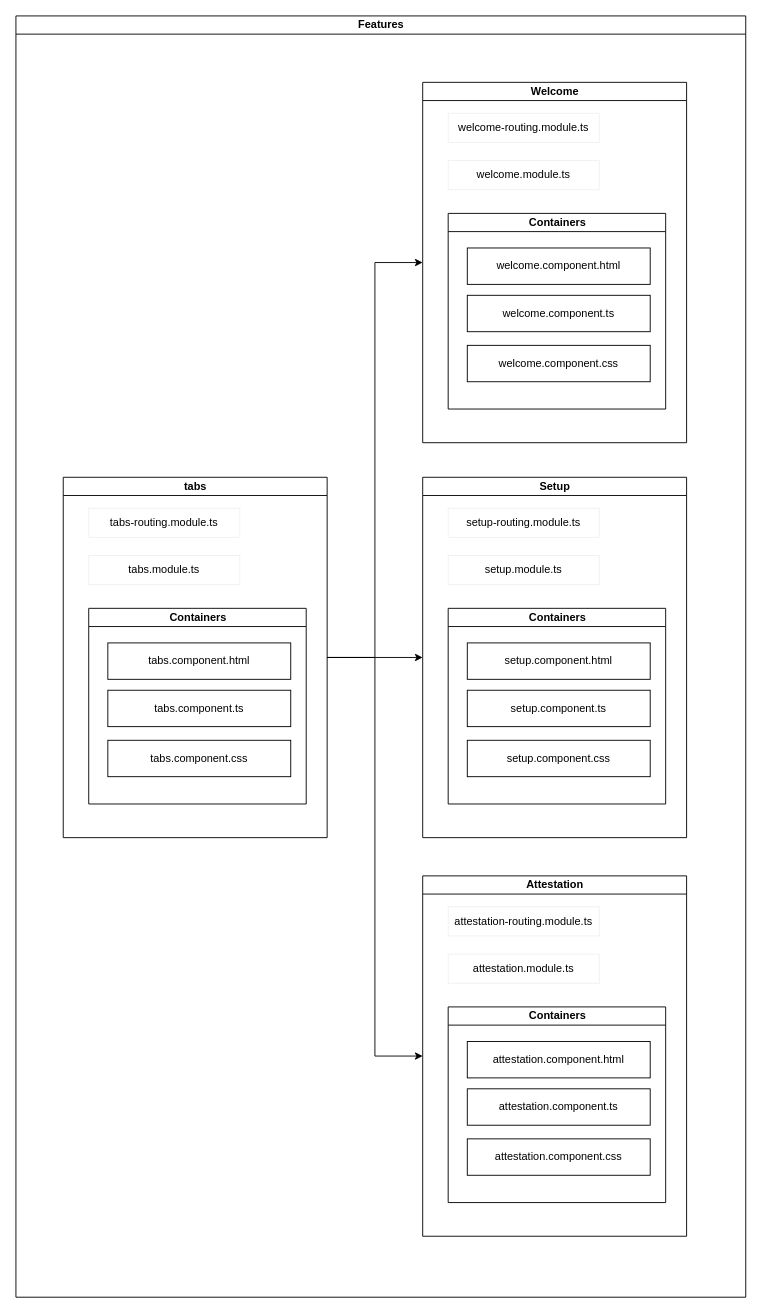
Before: src/app/features/tabs.drawio in darkvadehors/Attestation-de-deplacement-derogatoire, a draw.io diagram. Source tidied: cells renumbered, new cells numbered last; positions are measured from the earlier drawing's top-left corner, leaving out a move shared by most shapes. Both pictures are drawn from the tidied source at 91%, with x=0, y=0 at pixel (15, 15).
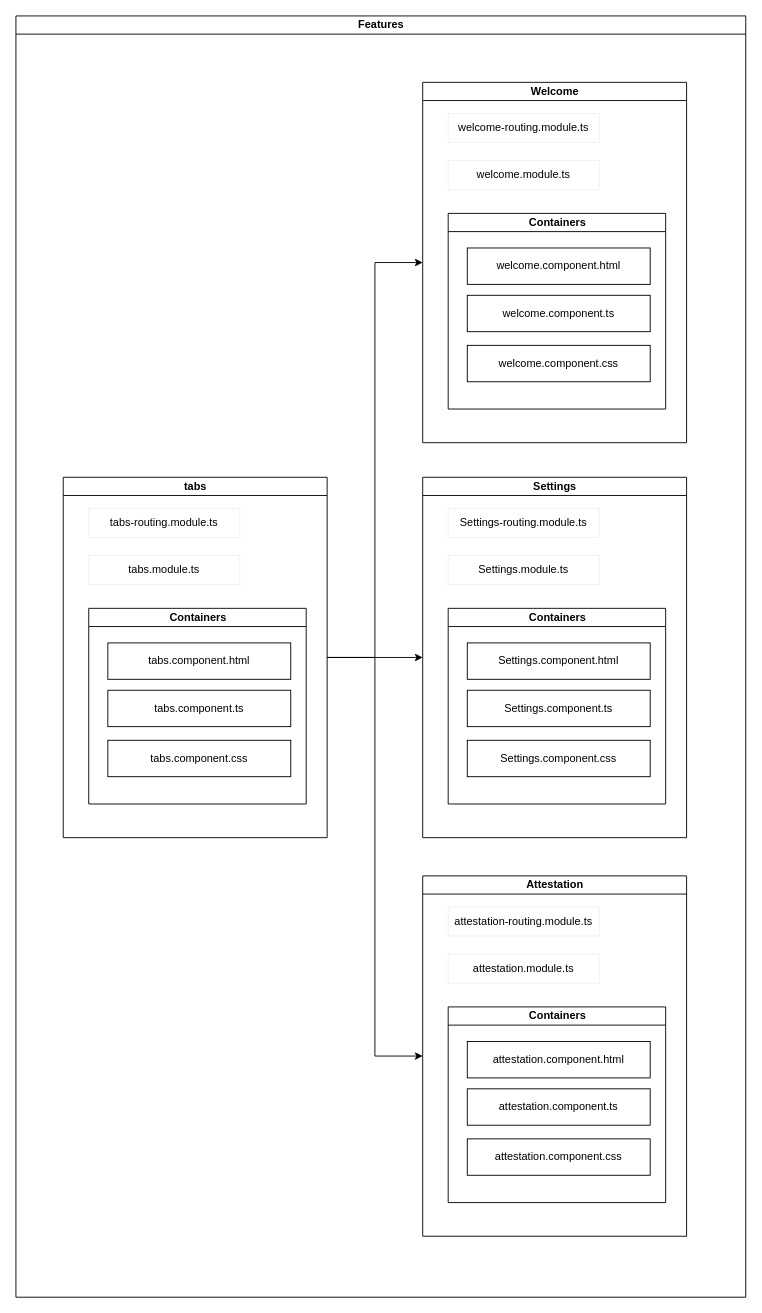
Above is the later version.

Unchanged cells that the change refers to:
```xml
<mxCell id="2" value="Features" style="swimlane;html=1;startSize=20;horizontal=1;containerType=tree;swimlaneFillColor=none;gradientColor=#ffffff;" parent="1" vertex="1">
  <mxGeometry width="802" height="1408" as="geometry" />
</mxCell>
<mxCell id="18" value="Containers" style="swimlane;html=1;startSize=20;horizontal=1;containerType=tree;swimlaneFillColor=none;fillColor=none;" parent="17" vertex="1">
  <mxGeometry x="28" y="144" width="239" height="215" as="geometry" />
</mxCell>
```

Change to the diagram source:
```diff
@@
-    <mxCell id="17" value="Setup" style="swimlane;html=1;startSize=20;horizontal=1;containerType=tree;fillColor=none;" parent="2" vertex="1">
+    <mxCell id="17" value="Settings" style="swimlane;html=1;startSize=20;horizontal=1;containerType=tree;fillColor=none;" parent="2" vertex="1">
       <mxGeometry x="447" y="507" width="290" height="396" as="geometry" />
     </mxCell>
@@
-    <mxCell id="19" value="setup.component.html" style="whiteSpace=wrap;html=1;newEdgeStyle={&quot;edgeStyle&quot;:&quot;elbowEdgeStyle&quot;,&quot;startArrow&quot;:&quot;none&quot;,&quot;endArrow&quot;:&quot;none&quot;};" parent="18" vertex="1">
+    <mxCell id="19" value="Settings.component.html" style="whiteSpace=wrap;html=1;newEdgeStyle={&quot;edgeStyle&quot;:&quot;elbowEdgeStyle&quot;,&quot;startArrow&quot;:&quot;none&quot;,&quot;endArrow&quot;:&quot;none&quot;};" parent="18" vertex="1">
       <mxGeometry x="21" y="38" width="201" height="40" as="geometry" />
     </mxCell>
-    <mxCell id="20" value="setup.component.ts" style="whiteSpace=wrap;html=1;newEdgeStyle={&quot;edgeStyle&quot;:&quot;elbowEdgeStyle&quot;,&quot;startArrow&quot;:&quot;none&quot;,&quot;endArrow&quot;:&quot;none&quot;};" parent="18" vertex="1">
+    <mxCell id="20" value="Settings.component.ts" style="whiteSpace=wrap;html=1;newEdgeStyle={&quot;edgeStyle&quot;:&quot;elbowEdgeStyle&quot;,&quot;startArrow&quot;:&quot;none&quot;,&quot;endArrow&quot;:&quot;none&quot;};" parent="18" vertex="1">
       <mxGeometry x="21" y="90" width="201" height="40" as="geometry" />
     </mxCell>
-    <mxCell id="21" value="setup.component.css" style="whiteSpace=wrap;html=1;newEdgeStyle={&quot;edgeStyle&quot;:&quot;elbowEdgeStyle&quot;,&quot;startArrow&quot;:&quot;none&quot;,&quot;endArrow&quot;:&quot;none&quot;};" parent="18" vertex="1">
+    <mxCell id="21" value="Settings.component.css" style="whiteSpace=wrap;html=1;newEdgeStyle={&quot;edgeStyle&quot;:&quot;elbowEdgeStyle&quot;,&quot;startArrow&quot;:&quot;none&quot;,&quot;endArrow&quot;:&quot;none&quot;};" parent="18" vertex="1">
       <mxGeometry x="21" y="145" width="201" height="40" as="geometry" />
     </mxCell>
-    <mxCell id="22" value="setup-routing.module.ts" style="rounded=0;whiteSpace=wrap;html=1;strokeColor=#f0f0f0;fillColor=none;gradientColor=none;" parent="17" vertex="1">
+    <mxCell id="22" value="Settings-routing.module.ts" style="rounded=0;whiteSpace=wrap;html=1;strokeColor=#f0f0f0;fillColor=none;gradientColor=none;" parent="17" vertex="1">
       <mxGeometry x="28" y="34" width="166" height="32" as="geometry" />
     </mxCell>
-    <mxCell id="23" value="setup.module.ts" style="rounded=0;whiteSpace=wrap;html=1;strokeColor=#f0f0f0;fillColor=none;gradientColor=none;" parent="17" vertex="1">
+    <mxCell id="23" value="Settings.module.ts" style="rounded=0;whiteSpace=wrap;html=1;strokeColor=#f0f0f0;fillColor=none;gradientColor=none;" parent="17" vertex="1">
       <mxGeometry x="28" y="86" width="166" height="32" as="geometry" />
     </mxCell>
```
